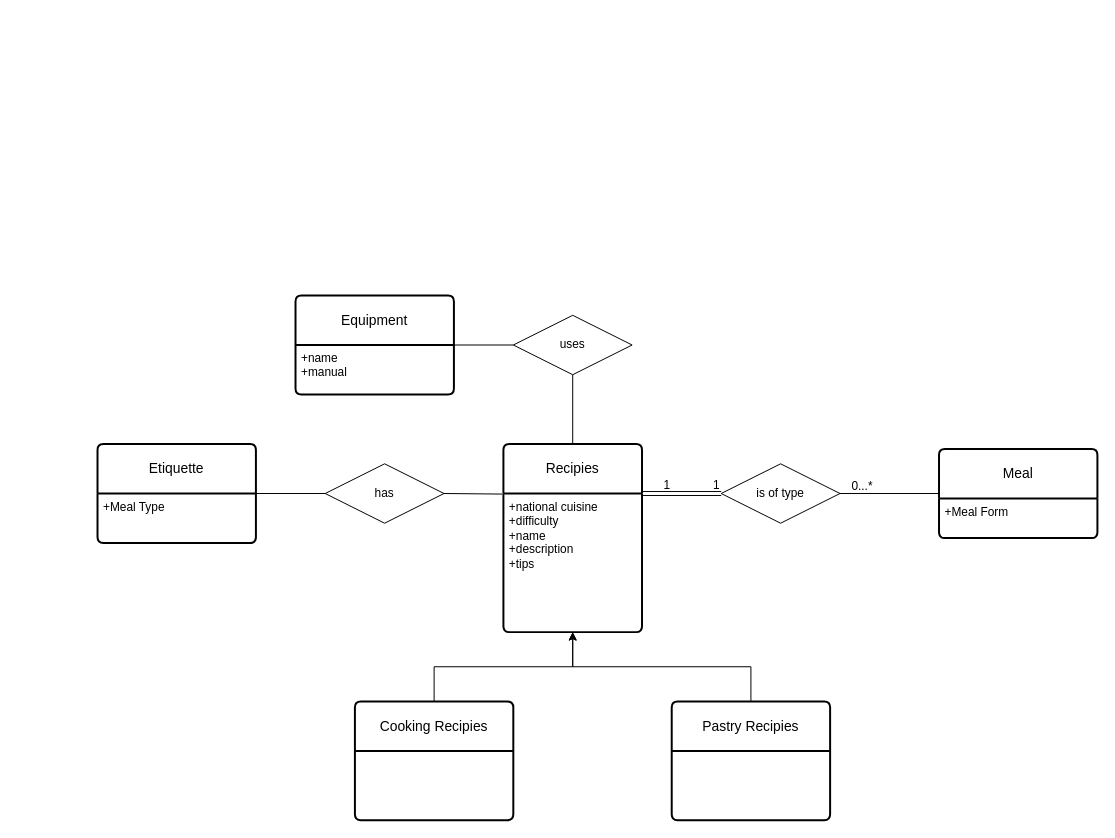
Earlier version of the draw.io diagram ER_Diagram.drawio (konstantinosk31/Databases-I-NTUA). Source tidied: cells renumbered, new cells numbered last; positions are measured from the earlier drawing's top-left corner, leaving out a move shared by most shapes. Both pictures are drawn from the tidied source at 99%, with x=0, y=0 at pixel (97, 295).
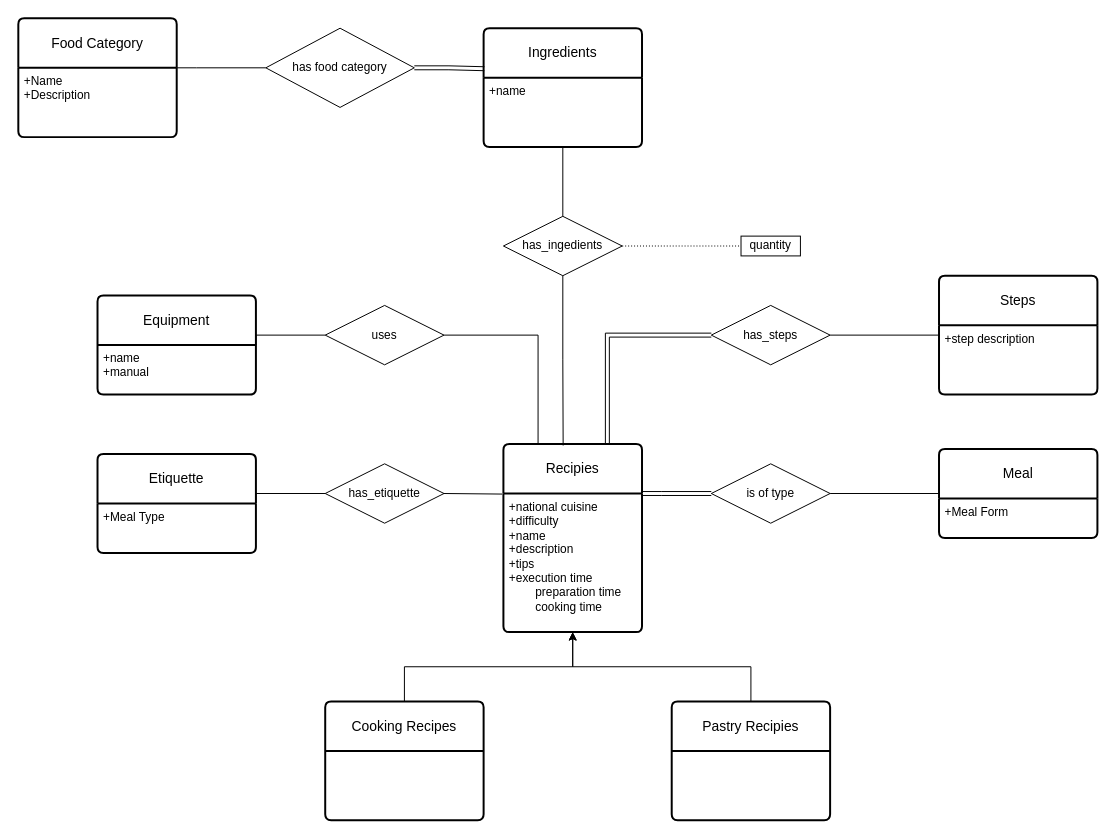
After the change.

The change refers to these unchanged cells:
```xml
<mxCell id="2" value="Recipies" style="swimlane;horizontal=1;startSize=50;rounded=1;fontSize=14;fontStyle=0;strokeWidth=2;shadow=0;dashed=0;align=center;arcSize=4;whiteSpace=wrap;html=1;" parent="1" vertex="1">
  <mxGeometry x="410" y="150" width="140" height="190" as="geometry" />
</mxCell>
<mxCell id="8" value="Meal" style="swimlane;horizontal=1;startSize=50;rounded=1;fontSize=14;fontStyle=0;strokeWidth=2;shadow=0;dashed=0;align=center;arcSize=4;whiteSpace=wrap;html=1;" parent="1" vertex="1">
  <mxGeometry x="850" y="155" width="160" height="90" as="geometry" />
</mxCell>
<mxCell id="17" value="+Meal Type" style="align=left;strokeColor=none;fillColor=none;spacingLeft=4;fontSize=12;verticalAlign=top;html=1;" parent="16" vertex="1">
  <mxGeometry y="50" width="160" height="50" as="geometry" />
</mxCell>
<mxCell id="22" value="+name&lt;div&gt;+manual&lt;/div&gt;" style="align=left;strokeColor=none;fillColor=none;spacingLeft=4;fontSize=12;verticalAlign=top;html=1;" parent="21" vertex="1">
  <mxGeometry y="50" width="160" height="50" as="geometry" />
</mxCell>
```

Change to the diagram source:
```diff
@@
-    <mxCell id="3" value="+national cuisine&lt;div&gt;+difficulty&lt;/div&gt;&lt;div&gt;+name&lt;/div&gt;&lt;div&gt;+description&lt;/div&gt;&lt;div&gt;+tips&lt;/div&gt;" style="align=left;strokeColor=none;fillColor=none;spacingLeft=4;fontSize=12;verticalAlign=top;html=1;" parent="2" vertex="1">
+    <mxCell id="3" value="+national cuisine&lt;div&gt;+difficulty&lt;/div&gt;&lt;div&gt;+name&lt;/div&gt;&lt;div&gt;+description&lt;/div&gt;&lt;div&gt;+tips&lt;/div&gt;&lt;div&gt;+execution time&lt;/div&gt;&lt;div&gt;&lt;span style=&quot;white-space: pre;&quot;&gt;&#9;&lt;/span&gt;preparation time&lt;br&gt;&lt;/div&gt;&lt;div&gt;&lt;span style=&quot;white-space: pre;&quot;&gt;&#9;&lt;/span&gt;cooking time&lt;br&gt;&lt;/div&gt;&lt;div&gt;&lt;br&gt;&lt;/div&gt;" style="align=left;strokeColor=none;fillColor=none;spacingLeft=4;fontSize=12;verticalAlign=top;html=1;" parent="2" vertex="1">
       <mxGeometry y="50" width="140" height="140" as="geometry" />
     </mxCell>
@@
-    <mxCell id="5" value="Cooking Recipies" style="swimlane;horizontal=1;startSize=50;rounded=1;fontSize=14;fontStyle=0;strokeWidth=2;shadow=0;dashed=0;align=center;arcSize=4;whiteSpace=wrap;html=1;" parent="1" vertex="1">
-      <mxGeometry x="260" y="410" width="160" height="120" as="geometry" />
+    <mxCell id="5" value="Cooking Recipes" style="swimlane;horizontal=1;startSize=50;rounded=1;fontSize=14;fontStyle=0;strokeWidth=2;shadow=0;dashed=0;align=center;arcSize=4;whiteSpace=wrap;html=1;" parent="1" vertex="1">
+      <mxGeometry x="230" y="410" width="160" height="120" as="geometry" />
     </mxCell>
@@
     <mxCell id="10" value="is of type" style="shape=rhombus;perimeter=rhombusPerimeter;whiteSpace=wrap;html=1;align=center;" parent="1" vertex="1">
-      <mxGeometry x="630" y="170" width="120" height="60" as="geometry" />
+      <mxGeometry x="620" y="170" width="120" height="60" as="geometry" />
     </mxCell>
-    <mxCell id="11" style="shape=link;html=1;rounded=0;exitX=1;exitY=0;exitDx=0;exitDy=0;entryX=0;entryY=0.5;entryDx=0;entryDy=0;" parent="1" edge="1" source="3" target="10">
-      <mxGeometry relative="1" as="geometry" />
-    </mxCell>
-    <mxCell id="12" value="1" style="html=1;whiteSpace=wrap;align=right;verticalAlign=bottom;" parent="11" vertex="1">
-      <mxGeometry x="1" relative="1" as="geometry" />
-    </mxCell>
-    <mxCell id="13" style="endArrow=none;html=1;rounded=0;exitX=1;exitY=0.5;exitDx=0;exitDy=0;entryX=0;entryY=0.5;entryDx=0;entryDy=0;" parent="1" edge="1" source="10" target="8">
-      <mxGeometry relative="1" as="geometry" />
-    </mxCell>
-    <mxCell id="14" value="0...*" style="html=1;whiteSpace=wrap;align=left;verticalAlign=bottom;" parent="13" vertex="1">
-      <mxGeometry x="-1" relative="1" as="geometry">
-        <mxPoint x="10" y="1" as="offset" />
-      </mxGeometry>
-    </mxCell>
-    <mxCell id="15" value="1" style="html=1;whiteSpace=wrap;align=right;verticalAlign=bottom;" parent="1" vertex="1">
-      <mxGeometry x="580" y="200" as="geometry" />
-    </mxCell>
     <mxCell id="16" value="Etiquette" style="swimlane;horizontal=1;startSize=50;rounded=1;fontSize=14;fontStyle=0;strokeWidth=2;shadow=0;dashed=0;align=center;arcSize=4;whiteSpace=wrap;html=1;" parent="1" vertex="1">
-      <mxGeometry y="150" width="160" height="100" as="geometry" />
+      <mxGeometry y="160" width="160" height="100" as="geometry" />
     </mxCell>
@@
-    <mxCell id="18" value="has" style="shape=rhombus;perimeter=rhombusPerimeter;whiteSpace=wrap;html=1;align=center;" parent="1" vertex="1">
+    <mxCell id="18" value="has_etiquette" style="shape=rhombus;perimeter=rhombusPerimeter;whiteSpace=wrap;html=1;align=center;" parent="1" vertex="1">
       <mxGeometry x="230" y="170" width="120" height="60" as="geometry" />
     </mxCell>
@@
-    <mxCell id="20" style="endArrow=none;html=1;rounded=0;exitX=1;exitY=0;exitDx=0;exitDy=0;entryX=0;entryY=0.5;entryDx=0;entryDy=0;" parent="1" edge="1" source="17" target="18">
+    <mxCell id="20" style="endArrow=none;html=1;rounded=0;exitX=1;exitY=0;exitDx=0;exitDy=0;entryX=0;entryY=0.5;entryDx=0;entryDy=0;edgeStyle=orthogonalEdgeStyle;" parent="1" edge="1" source="17" target="18">
       <mxGeometry relative="1" as="geometry" />
     </mxCell>
     <mxCell id="21" value="Equipment" style="swimlane;horizontal=1;startSize=50;rounded=1;fontSize=14;fontStyle=0;strokeWidth=2;shadow=0;dashed=0;align=center;arcSize=4;whiteSpace=wrap;html=1;" parent="1" vertex="1">
-      <mxGeometry x="200" width="160" height="100" as="geometry" />
+      <mxGeometry width="160" height="100" as="geometry" />
     </mxCell>
@@
     <mxCell id="23" value="uses" style="shape=rhombus;perimeter=rhombusPerimeter;whiteSpace=wrap;html=1;align=center;" parent="1" vertex="1">
-      <mxGeometry x="420" y="20" width="120" height="60" as="geometry" />
+      <mxGeometry x="230" y="10" width="120" height="60" as="geometry" />
     </mxCell>
-    <mxCell id="24" style="endArrow=none;html=1;rounded=0;exitX=1;exitY=0;exitDx=0;exitDy=0;entryX=0;entryY=0.5;entryDx=0;entryDy=0;" parent="1" edge="1" source="22" target="23">
+    <mxCell id="24" style="endArrow=none;html=1;rounded=0;exitX=1;exitY=0;exitDx=0;exitDy=0;entryX=0;entryY=0.5;entryDx=0;entryDy=0;edgeStyle=orthogonalEdgeStyle;" parent="1" edge="1" source="22" target="23">
       <mxGeometry relative="1" as="geometry" />
     </mxCell>
-    <mxCell id="25" style="endArrow=none;html=1;rounded=0;entryX=0.5;entryY=0;entryDx=0;entryDy=0;exitX=0.5;exitY=1;exitDx=0;exitDy=0;" parent="1" edge="1" source="23" target="2">
+    <mxCell id="25" style="endArrow=none;html=1;rounded=0;exitX=1;exitY=0.5;exitDx=0;exitDy=0;entryX=0.25;entryY=0;entryDx=0;entryDy=0;edgeStyle=orthogonalEdgeStyle;" parent="1" edge="1" source="23" target="2">
       <mxGeometry relative="1" as="geometry" />
     </mxCell>
+    <mxCell id="26" value="Steps" style="swimlane;horizontal=1;startSize=50;rounded=1;fontSize=14;fontStyle=0;strokeWidth=2;shadow=0;dashed=0;align=center;arcSize=4;whiteSpace=wrap;html=1;" parent="1" vertex="1">
+      <mxGeometry x="850" y="-20" width="160" height="120" as="geometry" />
+    </mxCell>
+    <mxCell id="27" value="+step description" style="align=left;strokeColor=none;fillColor=none;spacingLeft=4;fontSize=12;verticalAlign=top;html=1;" parent="26" vertex="1">
+      <mxGeometry y="50" width="160" height="70" as="geometry" />
+    </mxCell>
+    <mxCell id="28" style="edgeStyle=orthogonalEdgeStyle;rounded=0;orthogonalLoop=1;jettySize=auto;html=1;exitX=0.5;exitY=1;exitDx=0;exitDy=0;" parent="26" edge="1" source="27" target="27">
+      <mxGeometry relative="1" as="geometry" />
+    </mxCell>
+    <mxCell id="29" value="has_steps" style="shape=rhombus;perimeter=rhombusPerimeter;whiteSpace=wrap;html=1;align=center;" parent="1" vertex="1">
+      <mxGeometry x="620" y="10" width="120" height="60" as="geometry" />
+    </mxCell>
+    <mxCell id="30" style="endArrow=none;html=1;rounded=0;entryX=0;entryY=0.5;entryDx=0;entryDy=0;exitX=1;exitY=0.5;exitDx=0;exitDy=0;edgeStyle=orthogonalEdgeStyle;" parent="1" edge="1" source="29" target="26">
+      <mxGeometry relative="1" as="geometry" />
+    </mxCell>
+    <mxCell id="31" style="endArrow=none;html=1;rounded=0;entryX=0;entryY=0.5;entryDx=0;entryDy=0;exitX=0.75;exitY=0;exitDx=0;exitDy=0;edgeStyle=orthogonalEdgeStyle;shape=link;" parent="1" edge="1" source="2" target="29">
+      <mxGeometry relative="1" as="geometry" />
+    </mxCell>
+    <mxCell id="11" style="endArrow=none;html=1;rounded=0;entryX=0;entryY=0.5;entryDx=0;entryDy=0;exitX=1;exitY=0;exitDx=0;exitDy=0;edgeStyle=orthogonalEdgeStyle;shape=link;" parent="1" edge="1" source="3" target="10">
+      <mxGeometry relative="1" as="geometry">
+        <Array as="points">
+          <mxPoint x="570" y="200" />
+          <mxPoint x="570" y="200" />
+        </Array>
+      </mxGeometry>
+    </mxCell>
+    <mxCell id="13" style="endArrow=none;html=1;rounded=0;entryX=0;entryY=0.5;entryDx=0;entryDy=0;exitX=1;exitY=0.5;exitDx=0;exitDy=0;edgeStyle=orthogonalEdgeStyle;" parent="1" edge="1" source="10" target="8">
+      <mxGeometry relative="1" as="geometry" />
+    </mxCell>
+    <mxCell id="32" value="Ingredients" style="swimlane;horizontal=1;startSize=50;rounded=1;fontSize=14;fontStyle=0;strokeWidth=2;shadow=0;dashed=0;align=center;arcSize=4;whiteSpace=wrap;html=1;" parent="1" vertex="1">
+      <mxGeometry x="390" y="-270" width="160" height="120" as="geometry" />
+    </mxCell>
+    <mxCell id="33" value="+name" style="align=left;strokeColor=none;fillColor=none;spacingLeft=4;fontSize=12;verticalAlign=top;html=1;" parent="32" vertex="1">
+      <mxGeometry y="50" width="160" height="70" as="geometry" />
+    </mxCell>
+    <mxCell id="34" value="has_ingedients" style="shape=rhombus;perimeter=rhombusPerimeter;whiteSpace=wrap;html=1;align=center;" parent="1" vertex="1">
+      <mxGeometry x="410" y="-80" width="120" height="60" as="geometry" />
+    </mxCell>
+    <mxCell id="35" style="endArrow=none;html=1;rounded=0;edgeStyle=orthogonalEdgeStyle;exitX=0.5;exitY=1;exitDx=0;exitDy=0;entryX=0.431;entryY=0.008;entryDx=0;entryDy=0;entryPerimeter=0;" parent="1" edge="1" source="34" target="2">
+      <mxGeometry relative="1" as="geometry" />
+    </mxCell>
+    <mxCell id="36" style="endArrow=none;html=1;rounded=0;exitX=0.5;exitY=1;exitDx=0;exitDy=0;entryX=0.5;entryY=0;entryDx=0;entryDy=0;edgeStyle=orthogonalEdgeStyle;" parent="1" edge="1" source="33" target="34">
+      <mxGeometry relative="1" as="geometry" />
+    </mxCell>
+    <mxCell id="37" style="endArrow=none;html=1;rounded=0;dashed=1;dashPattern=1 2;exitX=1;exitY=0.5;exitDx=0;exitDy=0;entryX=0;entryY=0.5;entryDx=0;entryDy=0;edgeStyle=orthogonalEdgeStyle;" parent="1" edge="1" source="34" target="38">
+      <mxGeometry relative="1" as="geometry" />
+    </mxCell>
+    <mxCell id="38" value="quantity" style="rounded=0;whiteSpace=wrap;html=1;" parent="1" vertex="1">
+      <mxGeometry x="650" y="-60" width="60" height="20" as="geometry" />
+    </mxCell>
+    <mxCell id="39" value="Food Category" style="swimlane;horizontal=1;startSize=50;rounded=1;fontSize=14;fontStyle=0;strokeWidth=2;shadow=0;dashed=0;align=center;arcSize=4;whiteSpace=wrap;html=1;" parent="1" vertex="1">
+      <mxGeometry x="-80" y="-280" width="160" height="120" as="geometry" />
+    </mxCell>
+    <mxCell id="40" value="+Name&lt;div&gt;+Description&lt;/div&gt;" style="align=left;strokeColor=none;fillColor=none;spacingLeft=4;fontSize=12;verticalAlign=top;html=1;" parent="39" vertex="1">
+      <mxGeometry y="50" width="160" height="70" as="geometry" />
+    </mxCell>
+    <mxCell id="41" value="has food category" style="shape=rhombus;perimeter=rhombusPerimeter;whiteSpace=wrap;html=1;align=center;" parent="1" vertex="1">
+      <mxGeometry x="170" y="-270" width="150" height="80" as="geometry" />
+    </mxCell>
+    <mxCell id="42" style="endArrow=none;html=1;rounded=0;entryX=0.005;entryY=0.341;entryDx=0;entryDy=0;entryPerimeter=0;exitX=1;exitY=0.5;exitDx=0;exitDy=0;edgeStyle=orthogonalEdgeStyle;shape=link;" parent="1" edge="1" source="41" target="32">
+      <mxGeometry relative="1" as="geometry" />
+    </mxCell>
+    <mxCell id="43" style="endArrow=none;html=1;rounded=0;entryX=0;entryY=0.5;entryDx=0;entryDy=0;exitX=1;exitY=0;exitDx=0;exitDy=0;edgeStyle=orthogonalEdgeStyle;" parent="1" edge="1" source="40" target="41">
+      <mxGeometry relative="1" as="geometry">
+        <Array as="points">
+          <mxPoint x="100" y="-230" />
+          <mxPoint x="100" y="-230" />
+        </Array>
+      </mxGeometry>
+    </mxCell>
```
